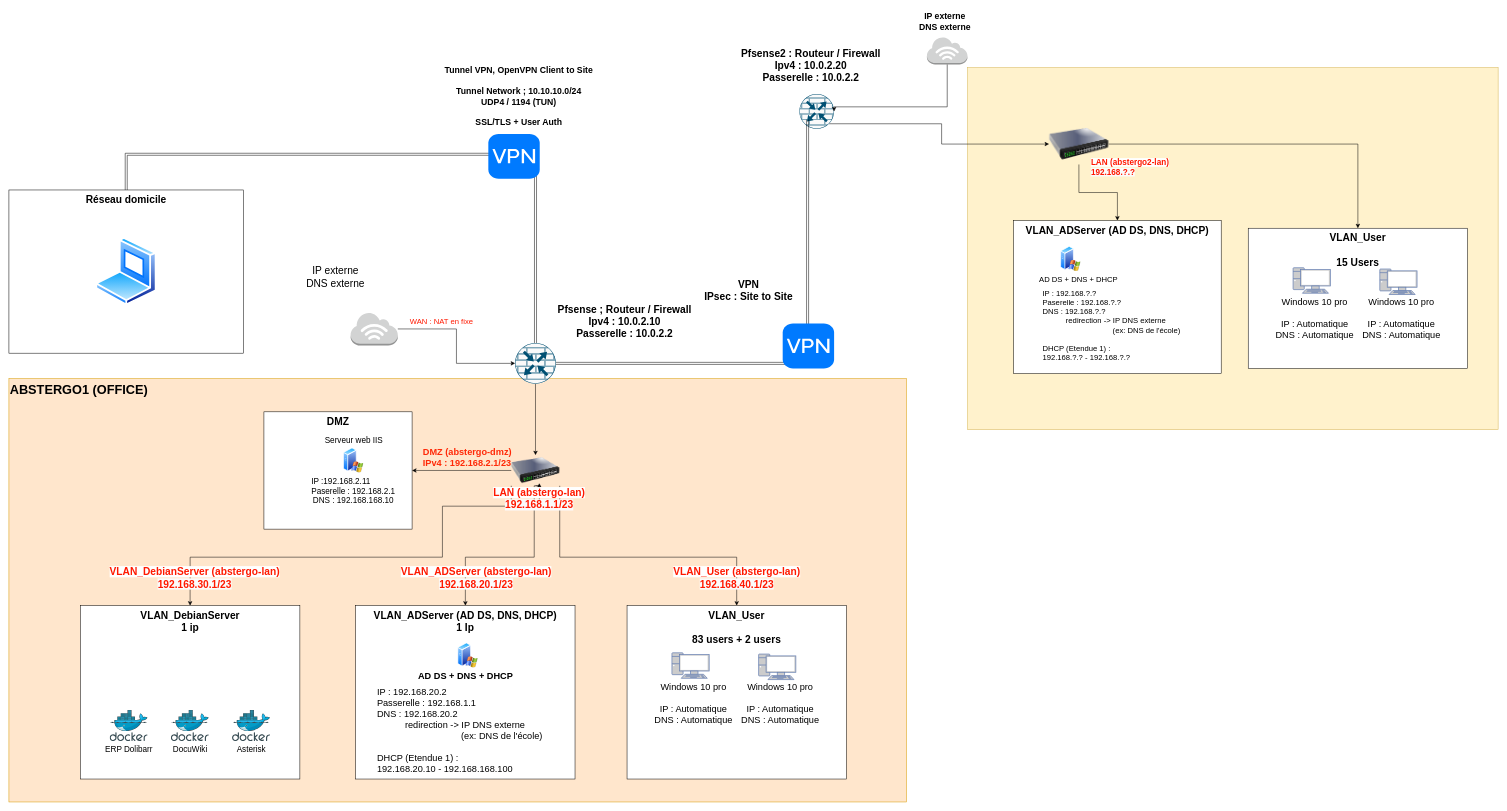
CharifMah/AbstergoAnimus keeps this draw.io diagram as New Network Architecture Abstergo.drawio. Above is the earlier version. Source tidied: cells renumbered, new cells numbered last; positions are measured from the earlier drawing's top-left corner, leaving out a move shared by most shapes. Both pictures are drawn from the tidied source at 51%, with x=0, y=0 at pixel (9, 9).
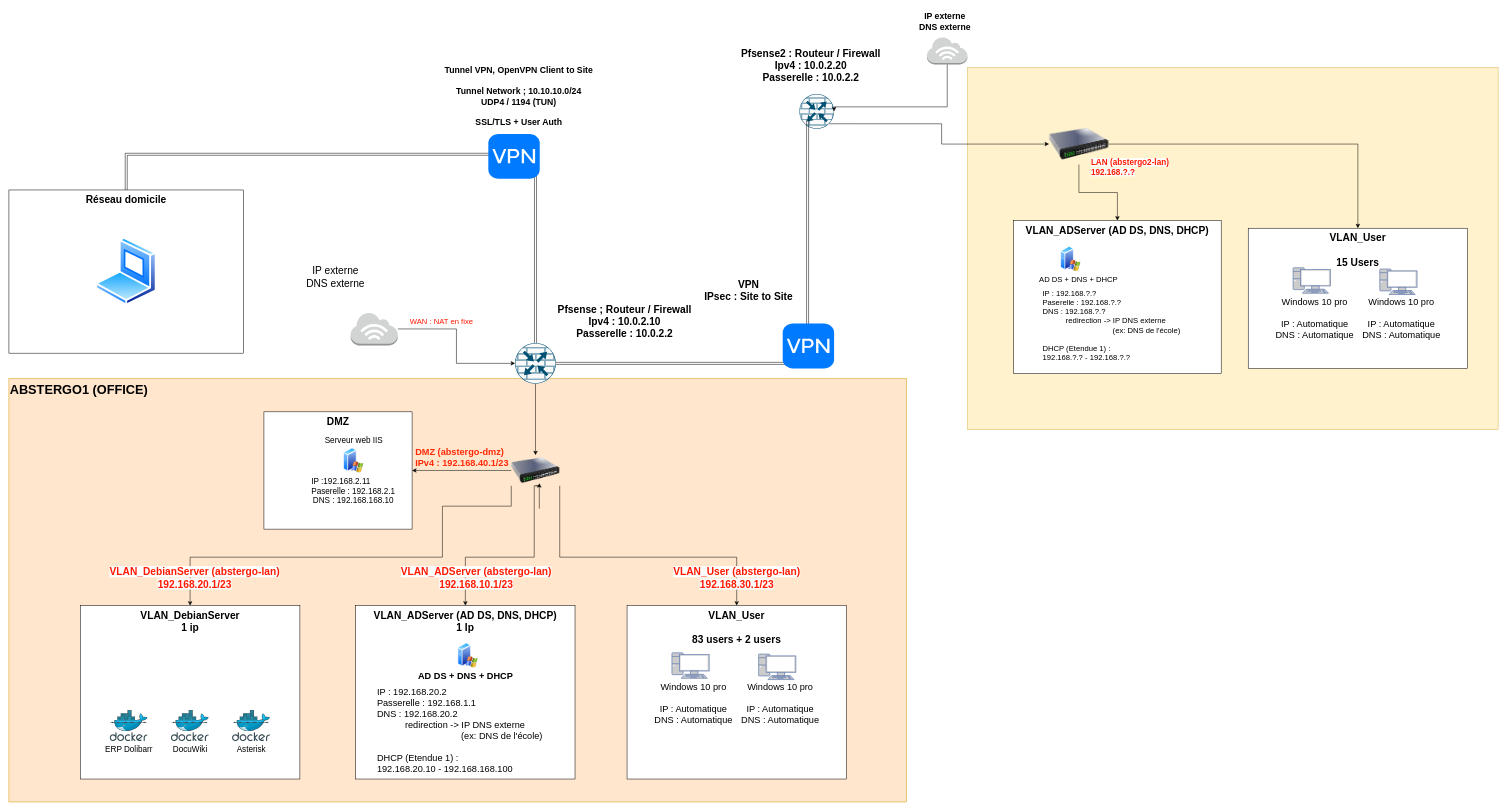
The same diagram, later.

Commit message:
Mettre à jour New Network Architecture Abstergo.drawio

The change refers to these unchanged cells:
```xml
<mxCell id="7" value="&lt;font style=&quot;font-size: 20px;&quot;&gt;&lt;b&gt;VLAN_ADServer (AD DS, DNS, DHCP)&lt;br&gt;1 Ip&lt;br&gt;&lt;br&gt;&lt;/b&gt;&lt;/font&gt;" style="rounded=0;whiteSpace=wrap;html=1;verticalAlign=top;" parent="1" vertex="1">
  <mxGeometry x="680" y="1170" width="430" height="340" as="geometry" />
</mxCell>
<mxCell id="18" style="image;html=1;image=img/lib/clip_art/networking/Switch_128x128.png;" parent="1" vertex="1">
  <mxGeometry x="985" y="875" width="95" height="60" as="geometry" />
</mxCell>
```

Change to the diagram source:
```diff
@@
-    <mxCell id="16" style="edgeStyle=orthogonalEdgeStyle;rounded=0;jettySize=auto;html=1;exitX=0.5;exitY=1;exitDx=0;exitDy=0;entryX=0.5;entryY=0;entryDx=0;entryDy=0;" parent="1" edge="1" source="45" target="7">
+    <mxCell id="16" style="edgeStyle=orthogonalEdgeStyle;rounded=0;jettySize=auto;html=1;exitX=0.5;exitY=1;exitDx=0;exitDy=0;entryX=0.5;entryY=0;entryDx=0;entryDy=0;" parent="1" edge="1" target="7">
       <mxGeometry relative="1" as="geometry">
+        <mxPoint x="1040" y="980" as="sourcePoint" />
         <Array as="points">
           <mxPoint x="1030" y="935" />
           <mxPoint x="1030" y="1075" />
           <mxPoint x="895" y="1075" />
         </Array>
       </mxGeometry>
     </mxCell>
@@
-    <mxCell id="23" value="&lt;font style=&quot;font-size: 18px;&quot; color=&quot;#ff2908&quot;&gt;&lt;b&gt;DMZ (abstergo-dmz)&amp;nbsp;&lt;br&gt;IPv4 : 192.168.2.1/23&lt;/b&gt;&lt;/font&gt;" style="text;html=1;align=left;verticalAlign=middle;strokeColor=none;fillColor=none;" parent="1" vertex="1">
-      <mxGeometry x="810" y="850" width="200" height="60" as="geometry" />
+    <mxCell id="23" value="&lt;font style=&quot;font-size: 18px;&quot; color=&quot;#ff2908&quot;&gt;&lt;b&gt;DMZ (abstergo-dmz)&amp;nbsp;&lt;br&gt;IPv4 : 192.168.40.1/23&lt;/b&gt;&lt;/font&gt;" style="text;html=1;align=left;verticalAlign=middle;strokeColor=none;fillColor=none;" parent="1" vertex="1">
+      <mxGeometry x="795" y="850" width="210" height="60" as="geometry" />
     </mxCell>
@@
-    <mxCell id="44" style="edgeStyle=orthogonalEdgeStyle;rounded=0;jettySize=auto;html=1;exitX=0.5;exitY=1;exitDx=0;exitDy=0;entryX=0.5;entryY=0;entryDx=0;entryDy=0;" parent="1" edge="1" source="18" target="45">
-      <mxGeometry relative="1" as="geometry" />
+    <mxCell id="44" style="edgeStyle=orthogonalEdgeStyle;rounded=0;jettySize=auto;html=1;exitX=0.5;exitY=1;exitDx=0;exitDy=0;entryX=0.5;entryY=0;entryDx=0;entryDy=0;" parent="1" edge="1" source="18">
+      <mxGeometry relative="1" as="geometry">
+        <mxPoint x="1040" y="930" as="targetPoint" />
+      </mxGeometry>
     </mxCell>
-    <mxCell id="45" value="&lt;font style=&quot;font-size: 20px;&quot; color=&quot;#ff1900&quot;&gt;&lt;b&gt;&lt;span style=&quot;font-family: Helvetica; font-style: normal; font-variant-ligatures: normal; font-variant-caps: normal; letter-spacing: normal; orphans: 2; text-indent: 0px; text-transform: none; widows: 2; word-spacing: 0px; -webkit-text-stroke-width: 0px; background-color: rgb(255, 255, 255); text-decoration-thickness: initial; text-decoration-style: initial; text-decoration-color: initial; float: none; display: inline !important;&quot;&gt;LAN (abstergo-lan)&lt;/span&gt;&lt;br style=&quot;border-color: var(--border-color); font-family: Helvetica; font-style: normal; font-variant-ligatures: normal; font-variant-caps: normal; letter-spacing: normal; orphans: 2; text-indent: 0px; text-transform: none; widows: 2; word-spacing: 0px; -webkit-text-stroke-width: 0px; text-decoration-thickness: initial; text-decoration-style: initial; text-decoration-color: initial; background-color: rgb(251, 251, 251);&quot;&gt;&lt;span style=&quot;border-color: var(--border-color); font-family: Helvetica; font-style: normal; font-variant-ligatures: normal; font-variant-caps: normal; letter-spacing: normal; orphans: 2; text-indent: 0px; text-transform: none; widows: 2; word-spacing: 0px; -webkit-text-stroke-width: 0px; text-decoration-thickness: initial; text-decoration-style: initial; text-decoration-color: initial; background-color: rgb(251, 251, 251);&quot;&gt;192.168.1.1/23&lt;/span&gt;&lt;/b&gt;&lt;/font&gt;" style="text;whiteSpace=wrap;html=1;align=center;" parent="1" vertex="1">
-      <mxGeometry x="940" y="930" width="200" height="50" as="geometry" />
-    </mxCell>
@@
-    <mxCell id="49" value="&lt;font style=&quot;font-size: 20px;&quot; color=&quot;#ff1900&quot;&gt;&lt;b&gt;&lt;span style=&quot;font-family: Helvetica; font-style: normal; font-variant-ligatures: normal; font-variant-caps: normal; letter-spacing: normal; orphans: 2; text-indent: 0px; text-transform: none; widows: 2; word-spacing: 0px; -webkit-text-stroke-width: 0px; background-color: rgb(255, 255, 255); text-decoration-thickness: initial; text-decoration-style: initial; text-decoration-color: initial; float: none; display: inline !important;&quot;&gt;VLAN_DebianServer (abstergo-lan)&lt;/span&gt;&lt;br style=&quot;border-color: var(--border-color); font-family: Helvetica; font-style: normal; font-variant-ligatures: normal; font-variant-caps: normal; letter-spacing: normal; orphans: 2; text-indent: 0px; text-transform: none; widows: 2; word-spacing: 0px; -webkit-text-stroke-width: 0px; text-decoration-thickness: initial; text-decoration-style: initial; text-decoration-color: initial; background-color: rgb(251, 251, 251);&quot;&gt;&lt;span style=&quot;border-color: var(--border-color); font-family: Helvetica; font-style: normal; font-variant-ligatures: normal; font-variant-caps: normal; letter-spacing: normal; orphans: 2; text-indent: 0px; text-transform: none; widows: 2; word-spacing: 0px; -webkit-text-stroke-width: 0px; text-decoration-thickness: initial; text-decoration-style: initial; text-decoration-color: initial; background-color: rgb(251, 251, 251);&quot;&gt;192.168.30.1/23&lt;/span&gt;&lt;/b&gt;&lt;/font&gt;" style="text;whiteSpace=wrap;html=1;align=center;" parent="1" vertex="1">
+    <mxCell id="49" value="&lt;font style=&quot;font-size: 20px;&quot; color=&quot;#ff1900&quot;&gt;&lt;b&gt;&lt;span style=&quot;font-family: Helvetica; font-style: normal; font-variant-ligatures: normal; font-variant-caps: normal; letter-spacing: normal; orphans: 2; text-indent: 0px; text-transform: none; widows: 2; word-spacing: 0px; -webkit-text-stroke-width: 0px; background-color: rgb(255, 255, 255); text-decoration-thickness: initial; text-decoration-style: initial; text-decoration-color: initial; float: none; display: inline !important;&quot;&gt;VLAN_DebianServer (abstergo-lan)&lt;/span&gt;&lt;br style=&quot;border-color: var(--border-color); font-family: Helvetica; font-style: normal; font-variant-ligatures: normal; font-variant-caps: normal; letter-spacing: normal; orphans: 2; text-indent: 0px; text-transform: none; widows: 2; word-spacing: 0px; -webkit-text-stroke-width: 0px; text-decoration-thickness: initial; text-decoration-style: initial; text-decoration-color: initial; background-color: rgb(251, 251, 251);&quot;&gt;&lt;span style=&quot;border-color: var(--border-color); font-family: Helvetica; font-style: normal; font-variant-ligatures: normal; font-variant-caps: normal; letter-spacing: normal; orphans: 2; text-indent: 0px; text-transform: none; widows: 2; word-spacing: 0px; -webkit-text-stroke-width: 0px; text-decoration-thickness: initial; text-decoration-style: initial; text-decoration-color: initial; background-color: rgb(251, 251, 251);&quot;&gt;192.168.20.1/23&lt;/span&gt;&lt;/b&gt;&lt;/font&gt;" style="text;whiteSpace=wrap;html=1;align=center;" parent="1" vertex="1">
       <mxGeometry x="157.5" y="1085" width="413" height="50" as="geometry" />
     </mxCell>
-    <mxCell id="50" value="&lt;font style=&quot;font-size: 20px;&quot; color=&quot;#ff1900&quot;&gt;&lt;b&gt;&lt;span style=&quot;font-family: Helvetica; font-style: normal; font-variant-ligatures: normal; font-variant-caps: normal; letter-spacing: normal; orphans: 2; text-indent: 0px; text-transform: none; widows: 2; word-spacing: 0px; -webkit-text-stroke-width: 0px; background-color: rgb(255, 255, 255); text-decoration-thickness: initial; text-decoration-style: initial; text-decoration-color: initial; float: none; display: inline !important;&quot;&gt;VLAN_ADServer (abstergo-lan)&lt;/span&gt;&lt;br style=&quot;border-color: var(--border-color); font-family: Helvetica; font-style: normal; font-variant-ligatures: normal; font-variant-caps: normal; letter-spacing: normal; orphans: 2; text-indent: 0px; text-transform: none; widows: 2; word-spacing: 0px; -webkit-text-stroke-width: 0px; text-decoration-thickness: initial; text-decoration-style: initial; text-decoration-color: initial; background-color: rgb(251, 251, 251);&quot;&gt;&lt;span style=&quot;border-color: var(--border-color); font-family: Helvetica; font-style: normal; font-variant-ligatures: normal; font-variant-caps: normal; letter-spacing: normal; orphans: 2; text-indent: 0px; text-transform: none; widows: 2; word-spacing: 0px; -webkit-text-stroke-width: 0px; text-decoration-thickness: initial; text-decoration-style: initial; text-decoration-color: initial; background-color: rgb(251, 251, 251);&quot;&gt;192.168.20.1/23&lt;/span&gt;&lt;/b&gt;&lt;/font&gt;" style="text;whiteSpace=wrap;html=1;align=center;" parent="1" vertex="1">
+    <mxCell id="50" value="&lt;font style=&quot;font-size: 20px;&quot; color=&quot;#ff1900&quot;&gt;&lt;b&gt;&lt;span style=&quot;font-family: Helvetica; font-style: normal; font-variant-ligatures: normal; font-variant-caps: normal; letter-spacing: normal; orphans: 2; text-indent: 0px; text-transform: none; widows: 2; word-spacing: 0px; -webkit-text-stroke-width: 0px; background-color: rgb(255, 255, 255); text-decoration-thickness: initial; text-decoration-style: initial; text-decoration-color: initial; float: none; display: inline !important;&quot;&gt;VLAN_ADServer (abstergo-lan)&lt;/span&gt;&lt;br style=&quot;border-color: var(--border-color); font-family: Helvetica; font-style: normal; font-variant-ligatures: normal; font-variant-caps: normal; letter-spacing: normal; orphans: 2; text-indent: 0px; text-transform: none; widows: 2; word-spacing: 0px; -webkit-text-stroke-width: 0px; text-decoration-thickness: initial; text-decoration-style: initial; text-decoration-color: initial; background-color: rgb(251, 251, 251);&quot;&gt;&lt;span style=&quot;border-color: var(--border-color); font-family: Helvetica; font-style: normal; font-variant-ligatures: normal; font-variant-caps: normal; letter-spacing: normal; orphans: 2; text-indent: 0px; text-transform: none; widows: 2; word-spacing: 0px; -webkit-text-stroke-width: 0px; text-decoration-thickness: initial; text-decoration-style: initial; text-decoration-color: initial; background-color: rgb(251, 251, 251);&quot;&gt;192.168.10.1/23&lt;/span&gt;&lt;/b&gt;&lt;/font&gt;" style="text;whiteSpace=wrap;html=1;align=center;" parent="1" vertex="1">
       <mxGeometry x="710" y="1085" width="413" height="50" as="geometry" />
     </mxCell>
-    <mxCell id="51" value="&lt;font style=&quot;font-size: 20px;&quot; color=&quot;#ff1900&quot;&gt;&lt;b&gt;&lt;span style=&quot;font-family: Helvetica; font-style: normal; font-variant-ligatures: normal; font-variant-caps: normal; letter-spacing: normal; orphans: 2; text-indent: 0px; text-transform: none; widows: 2; word-spacing: 0px; -webkit-text-stroke-width: 0px; background-color: rgb(255, 255, 255); text-decoration-thickness: initial; text-decoration-style: initial; text-decoration-color: initial; float: none; display: inline !important;&quot;&gt;VLAN_User (abstergo-lan)&lt;/span&gt;&lt;br style=&quot;border-color: var(--border-color); font-family: Helvetica; font-style: normal; font-variant-ligatures: normal; font-variant-caps: normal; letter-spacing: normal; orphans: 2; text-indent: 0px; text-transform: none; widows: 2; word-spacing: 0px; -webkit-text-stroke-width: 0px; text-decoration-thickness: initial; text-decoration-style: initial; text-decoration-color: initial; background-color: rgb(251, 251, 251);&quot;&gt;&lt;span style=&quot;border-color: var(--border-color); font-family: Helvetica; font-style: normal; font-variant-ligatures: normal; font-variant-caps: normal; letter-spacing: normal; orphans: 2; text-indent: 0px; text-transform: none; widows: 2; word-spacing: 0px; -webkit-text-stroke-width: 0px; text-decoration-thickness: initial; text-decoration-style: initial; text-decoration-color: initial; background-color: rgb(251, 251, 251);&quot;&gt;192.168.40.1/23&lt;/span&gt;&lt;/b&gt;&lt;/font&gt;" style="text;whiteSpace=wrap;html=1;align=center;" parent="1" vertex="1">
+    <mxCell id="51" value="&lt;font style=&quot;font-size: 20px;&quot; color=&quot;#ff1900&quot;&gt;&lt;b&gt;&lt;span style=&quot;font-family: Helvetica; font-style: normal; font-variant-ligatures: normal; font-variant-caps: normal; letter-spacing: normal; orphans: 2; text-indent: 0px; text-transform: none; widows: 2; word-spacing: 0px; -webkit-text-stroke-width: 0px; background-color: rgb(255, 255, 255); text-decoration-thickness: initial; text-decoration-style: initial; text-decoration-color: initial; float: none; display: inline !important;&quot;&gt;VLAN_User (abstergo-lan)&lt;/span&gt;&lt;br style=&quot;border-color: var(--border-color); font-family: Helvetica; font-style: normal; font-variant-ligatures: normal; font-variant-caps: normal; letter-spacing: normal; orphans: 2; text-indent: 0px; text-transform: none; widows: 2; word-spacing: 0px; -webkit-text-stroke-width: 0px; text-decoration-thickness: initial; text-decoration-style: initial; text-decoration-color: initial; background-color: rgb(251, 251, 251);&quot;&gt;&lt;span style=&quot;border-color: var(--border-color); font-family: Helvetica; font-style: normal; font-variant-ligatures: normal; font-variant-caps: normal; letter-spacing: normal; orphans: 2; text-indent: 0px; text-transform: none; widows: 2; word-spacing: 0px; -webkit-text-stroke-width: 0px; text-decoration-thickness: initial; text-decoration-style: initial; text-decoration-color: initial; background-color: rgb(251, 251, 251);&quot;&gt;192.168.30.1/23&lt;/span&gt;&lt;/b&gt;&lt;/font&gt;" style="text;whiteSpace=wrap;html=1;align=center;" parent="1" vertex="1">
       <mxGeometry x="1220.5" y="1085" width="413" height="50" as="geometry" />
     </mxCell>
```
